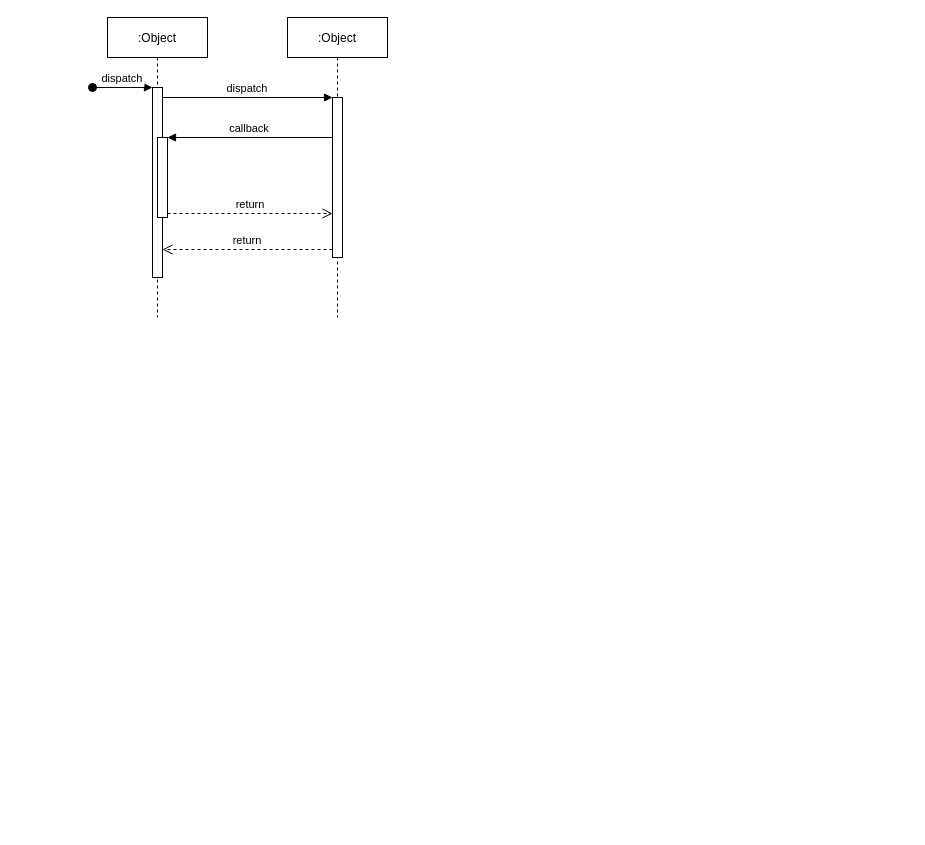
Earlier version of the draw.io diagram 芒果TV流程.drawio (duffiye/book). Source tidied: cells renumbered, new cells numbered last; positions are measured from the earlier drawing's top-left corner, leaving out a move shared by most shapes. Both pictures are drawn from the tidied source at 100%, with x=0, y=0 at pixel (92, 17).
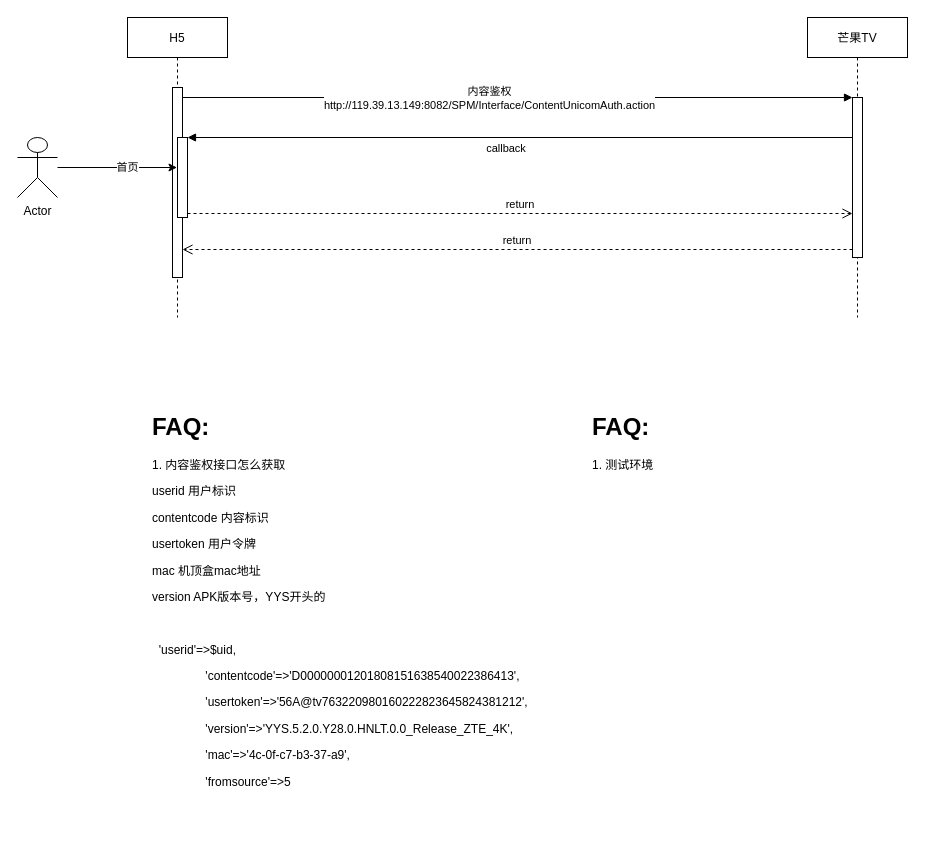
Above is the later version.

Commit message:
更新芒果TV流程.drawio

Change to the diagram source:
```diff
@@
 <mxGraphModel>
   <root>
     <mxCell id="0" />
     <mxCell id="1" parent="0" />
-    <mxCell id="2" value=":Object" style="shape=umlLifeline;perimeter=lifelinePerimeter;rounded=0;shadow=0;strokeWidth=1;" parent="1" vertex="1">
-      <mxGeometry x="15" width="100" height="300" as="geometry" />
+    <mxCell id="2" value="H5" style="shape=umlLifeline;perimeter=lifelinePerimeter;rounded=0;shadow=0;strokeWidth=1;" parent="1" vertex="1">
+      <mxGeometry x="35" width="100" height="300" as="geometry" />
     </mxCell>
     <mxCell id="3" style="points=[];perimeter=orthogonalPerimeter;rounded=0;shadow=0;strokeWidth=1;" parent="2" vertex="1">
       <mxGeometry x="45" y="70" width="10" height="190" as="geometry" />
     </mxCell>
-    <mxCell id="4" value="dispatch" style="verticalAlign=bottom;startArrow=oval;endArrow=block;startSize=8;shadow=0;strokeWidth=1;" parent="2" edge="1" target="3">
-      <mxGeometry relative="1" as="geometry">
-        <mxPoint x="-15" y="70" as="sourcePoint" />
-      </mxGeometry>
-    </mxCell>
     <mxCell id="5" style="points=[];perimeter=orthogonalPerimeter;rounded=0;shadow=0;strokeWidth=1;" parent="2" vertex="1">
       <mxGeometry x="50" y="120" width="10" height="80" as="geometry" />
     </mxCell>
-    <mxCell id="6" value=":Object" style="shape=umlLifeline;perimeter=lifelinePerimeter;rounded=0;shadow=0;strokeWidth=1;" parent="1" vertex="1">
-      <mxGeometry x="195" width="100" height="300" as="geometry" />
+    <mxCell id="6" value="芒果TV" style="shape=umlLifeline;perimeter=lifelinePerimeter;rounded=0;shadow=0;strokeWidth=1;" parent="1" vertex="1">
+      <mxGeometry x="715" width="100" height="300" as="geometry" />
     </mxCell>
     <mxCell id="7" style="points=[];perimeter=orthogonalPerimeter;rounded=0;shadow=0;strokeWidth=1;" parent="6" vertex="1">
       <mxGeometry x="45" y="80" width="10" height="160" as="geometry" />
     </mxCell>
     <mxCell id="8" value="return" style="verticalAlign=bottom;endArrow=open;dashed=1;endSize=8;exitX=0;exitY=0.95;shadow=0;strokeWidth=1;" parent="1" edge="1" source="7" target="3">
       <mxGeometry relative="1" as="geometry" />
     </mxCell>
-    <mxCell id="9" value="dispatch" style="verticalAlign=bottom;endArrow=block;entryX=0;entryY=0;shadow=0;strokeWidth=1;" parent="1" edge="1" source="3" target="7">
+    <mxCell id="9" style="verticalAlign=bottom;endArrow=block;entryX=0;entryY=0;shadow=0;strokeWidth=1;" parent="1" edge="1" source="3" target="7">
       <mxGeometry relative="1" as="geometry" />
     </mxCell>
+    <mxCell id="12" value="内容鉴权&lt;br&gt;http://119.39.13.149:8082/SPM/Interface/ContentUnicomAuth.action" style="edgeLabel;html=1;align=center;verticalAlign=middle;" parent="9" vertex="1">
+      <mxGeometry x="-0.16" relative="1" as="geometry">
+        <mxPoint x="25" as="offset" />
+      </mxGeometry>
+    </mxCell>
     <mxCell id="10" value="callback" style="verticalAlign=bottom;endArrow=block;entryX=1;entryY=0;shadow=0;strokeWidth=1;" parent="1" edge="1" source="7" target="5">
-      <mxGeometry relative="1" as="geometry" />
+      <mxGeometry x="0.04" y="20" relative="1" as="geometry" />
     </mxCell>
     <mxCell id="11" value="return" style="verticalAlign=bottom;endArrow=open;dashed=1;endSize=8;exitX=1;exitY=0.95;shadow=0;strokeWidth=1;" parent="1" edge="1" source="5" target="7">
       <mxGeometry relative="1" as="geometry" />
     </mxCell>
+    <mxCell id="13" style="edgeStyle=orthogonalEdgeStyle;rounded=0;jettySize=auto;html=1;" parent="1" edge="1" source="15" target="2">
+      <mxGeometry relative="1" as="geometry" />
+    </mxCell>
+    <mxCell id="14" value="首页" style="edgeLabel;html=1;align=center;verticalAlign=middle;" parent="13" vertex="1">
+      <mxGeometry x="0.15" y="1" relative="1" as="geometry" />
+    </mxCell>
+    <mxCell id="15" value="Actor" style="shape=umlActor;verticalLabelPosition=bottom;verticalAlign=top;html=1;" parent="1" vertex="1">
+      <mxGeometry x="-75" y="120" width="40" height="60" as="geometry" />
+    </mxCell>
+    <mxCell id="16" value="&lt;h1&gt;FAQ:&lt;/h1&gt;&lt;p&gt;1. 内容鉴权接口怎么获取&lt;/p&gt;&lt;p&gt;userid&lt;span style=&quot;&quot;&gt; &lt;/span&gt;用户标识&lt;/p&gt;&lt;p&gt;contentcode&lt;span style=&quot;&quot;&gt; &lt;/span&gt;内容标识&lt;/p&gt;&lt;p&gt;usertoken&lt;span style=&quot;&quot;&gt; &lt;/span&gt;用户令牌&lt;/p&gt;&lt;p&gt;mac&lt;span style=&quot;&quot;&gt; &lt;/span&gt;机顶盒mac地址&lt;/p&gt;&lt;p&gt;version&lt;span style=&quot;&quot;&gt; &lt;/span&gt;APK版本号，YYS开头的&lt;/p&gt;&lt;p&gt;&lt;br&gt;&lt;/p&gt;&lt;p&gt;&amp;nbsp; 'userid'=&amp;gt;$uid,&lt;/p&gt;&lt;p&gt;&amp;nbsp; &amp;nbsp; &amp;nbsp; &amp;nbsp; &amp;nbsp; &amp;nbsp; &amp;nbsp; &amp;nbsp; 'contentcode'=&amp;gt;'D00000001201808151638540022386413',&lt;/p&gt;&lt;p&gt;&amp;nbsp; &amp;nbsp; &amp;nbsp; &amp;nbsp; &amp;nbsp; &amp;nbsp; &amp;nbsp; &amp;nbsp; 'usertoken'=&amp;gt;'56A@tv763220980160222823645824381212',&lt;/p&gt;&lt;p&gt;&amp;nbsp; &amp;nbsp; &amp;nbsp; &amp;nbsp; &amp;nbsp; &amp;nbsp; &amp;nbsp; &amp;nbsp; 'version'=&amp;gt;'YYS.5.2.0.Y28.0.HNLT.0.0_Release_ZTE_4K',&lt;/p&gt;&lt;p&gt;&amp;nbsp; &amp;nbsp; &amp;nbsp; &amp;nbsp; &amp;nbsp; &amp;nbsp; &amp;nbsp; &amp;nbsp; 'mac'=&amp;gt;'4c-0f-c7-b3-37-a9',&lt;/p&gt;&lt;p&gt;&amp;nbsp; &amp;nbsp; &amp;nbsp; &amp;nbsp; &amp;nbsp; &amp;nbsp; &amp;nbsp; &amp;nbsp; 'fromsource'=&amp;gt;5&lt;/p&gt;" style="text;html=1;strokeColor=none;fillColor=none;spacing=5;spacingTop=-20;whiteSpace=wrap;overflow=hidden;rounded=0;" parent="1" vertex="1">
+      <mxGeometry x="55" y="390" width="410" height="420" as="geometry" />
+    </mxCell>
+    <mxCell id="17" value="&lt;h1&gt;FAQ:&lt;/h1&gt;&lt;div&gt;1. 测试环境&lt;/div&gt;&lt;div&gt;&lt;br&gt;&lt;/div&gt;" style="text;html=1;strokeColor=none;fillColor=none;spacing=5;spacingTop=-20;whiteSpace=wrap;overflow=hidden;rounded=0;" parent="1" vertex="1">
+      <mxGeometry x="495" y="390" width="190" height="120" as="geometry" />
+    </mxCell>
   </root>
 </mxGraphModel>
```
